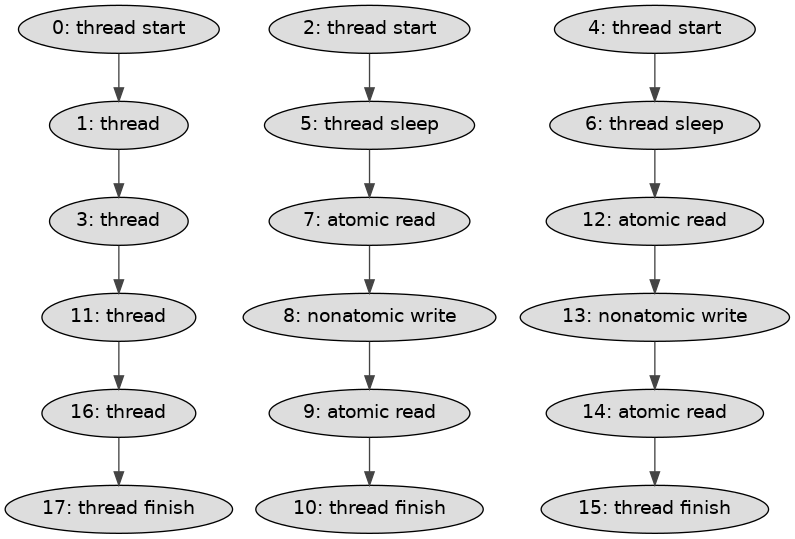
Earlier version of the Graphviz export figure.png (anistor09/DataRaceDetector). Its source is kept beside it as figure.dot. Source of this version:
```dot
digraph PO_Graph {
    graph [bgcolor="white"];
    node [
        shape=ellipse,
        style=filled,
        fillcolor="#DDDDDD",
        fontname="Helvetica"
    ];
    edge [color="#444444"];

    0 [label="0: thread start"];
    1 [label="1: thread create"];
    2 [label="2: thread start"];
    3 [label="3: thread create"];
    4 [label="4: thread start"];
    5 [label="5: thread sleep"];
    6 [label="6: thread sleep"];
    7 [label="7: atomic read"];
    8 [label="8: nonatomic write"];
    9 [label="9: atomic read"];
    10 [label="10: thread finish"];
    11 [label="11: thread join"];
    12 [label="12: atomic read"];
    13 [label="13: nonatomic write"];
    14 [label="14: atomic read"];
    15 [label="15: thread finish"];
    16 [label="16: thread join"];
    17 [label="17: thread finish"];

    0 -> 1;
    1 -> 3;
    2 -> 5;
    3 -> 11;
    4 -> 6;
    5 -> 7;
    6 -> 12;
    7 -> 8;
    8 -> 9;
    9 -> 10;
    11 -> 16;
    12 -> 13;
    13 -> 14;
    14 -> 15;
    16 -> 17;
}
```
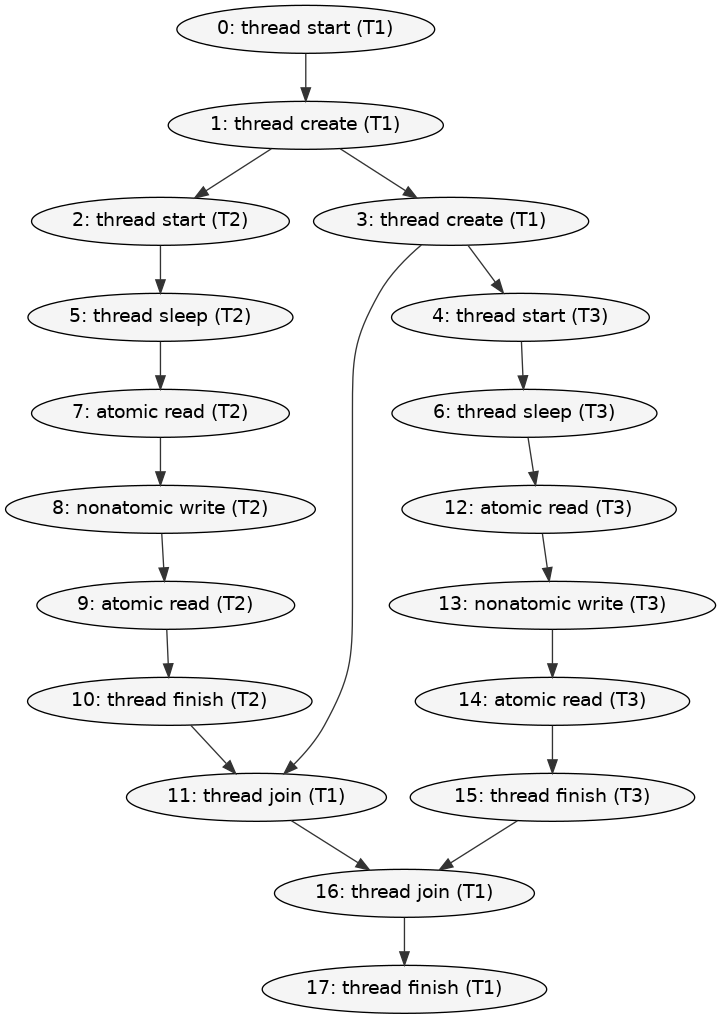
Above is the later version.

Commit message:
Add action types with both pthread and thread keywords

The edit, as a diff of the source:
```diff
@@ -3,33 +3,35 @@
     node [
         shape=ellipse,
         style=filled,
-        fillcolor="#DDDDDD",
+        fillcolor="#F5F5F5",
         fontname="Helvetica"
     ];
-    edge [color="#444444"];
+    edge [color="#333333"];
 
-    0 [label="0: thread start"];
-    1 [label="1: thread create"];
-    2 [label="2: thread start"];
-    3 [label="3: thread create"];
-    4 [label="4: thread start"];
-    5 [label="5: thread sleep"];
-    6 [label="6: thread sleep"];
-    7 [label="7: atomic read"];
-    8 [label="8: nonatomic write"];
-    9 [label="9: atomic read"];
-    10 [label="10: thread finish"];
-    11 [label="11: thread join"];
-    12 [label="12: atomic read"];
-    13 [label="13: nonatomic write"];
-    14 [label="14: atomic read"];
-    15 [label="15: thread finish"];
-    16 [label="16: thread join"];
-    17 [label="17: thread finish"];
+    0 [label="0: thread start (T1)"];
+    1 [label="1: thread create (T1)"];
+    2 [label="2: thread start (T2)"];
+    3 [label="3: thread create (T1)"];
+    4 [label="4: thread start (T3)"];
+    5 [label="5: thread sleep (T2)"];
+    6 [label="6: thread sleep (T3)"];
+    7 [label="7: atomic read (T2)"];
+    8 [label="8: nonatomic write (T2)"];
+    9 [label="9: atomic read (T2)"];
+    10 [label="10: thread finish (T2)"];
+    11 [label="11: thread join (T1)"];
+    12 [label="12: atomic read (T3)"];
+    13 [label="13: nonatomic write (T3)"];
+    14 [label="14: atomic read (T3)"];
+    15 [label="15: thread finish (T3)"];
+    16 [label="16: thread join (T1)"];
+    17 [label="17: thread finish (T1)"];
 
     0 -> 1;
+    1 -> 2;
     1 -> 3;
     2 -> 5;
+    3 -> 4;
     3 -> 11;
     4 -> 6;
     5 -> 7;
@@ -37,9 +39,11 @@
     7 -> 8;
     8 -> 9;
     9 -> 10;
+    10 -> 11;
     11 -> 16;
     12 -> 13;
     13 -> 14;
     14 -> 15;
+    15 -> 16;
     16 -> 17;
 }
```
